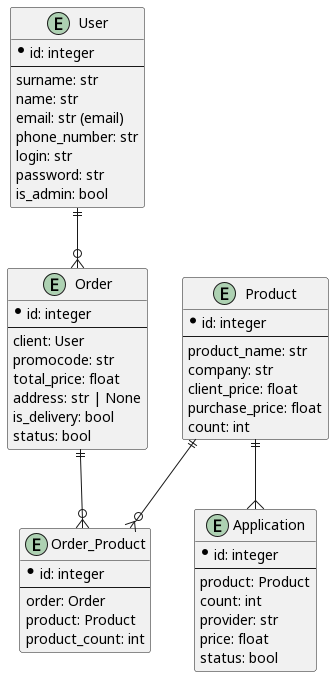
Earlier version of the PlantUML export docs/ER-диаграмма для базы данных.png (Dmitriy-M1319/CrystalApp).
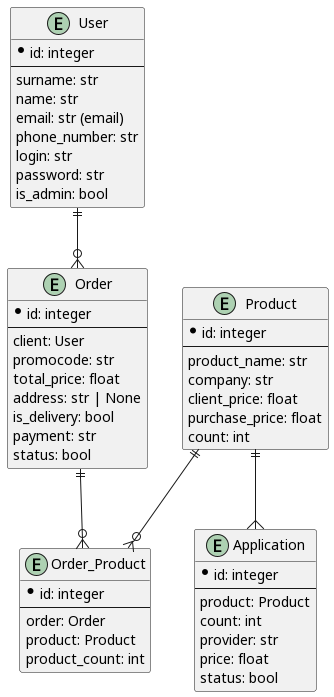
After the commit.

What changed in the source:
```diff
@@ -27,6 +27,7 @@
     total_price: float
     address: str | None
     is_delivery: bool
+    payment: str
     status: bool
 }
 entity Order_Product {
```
